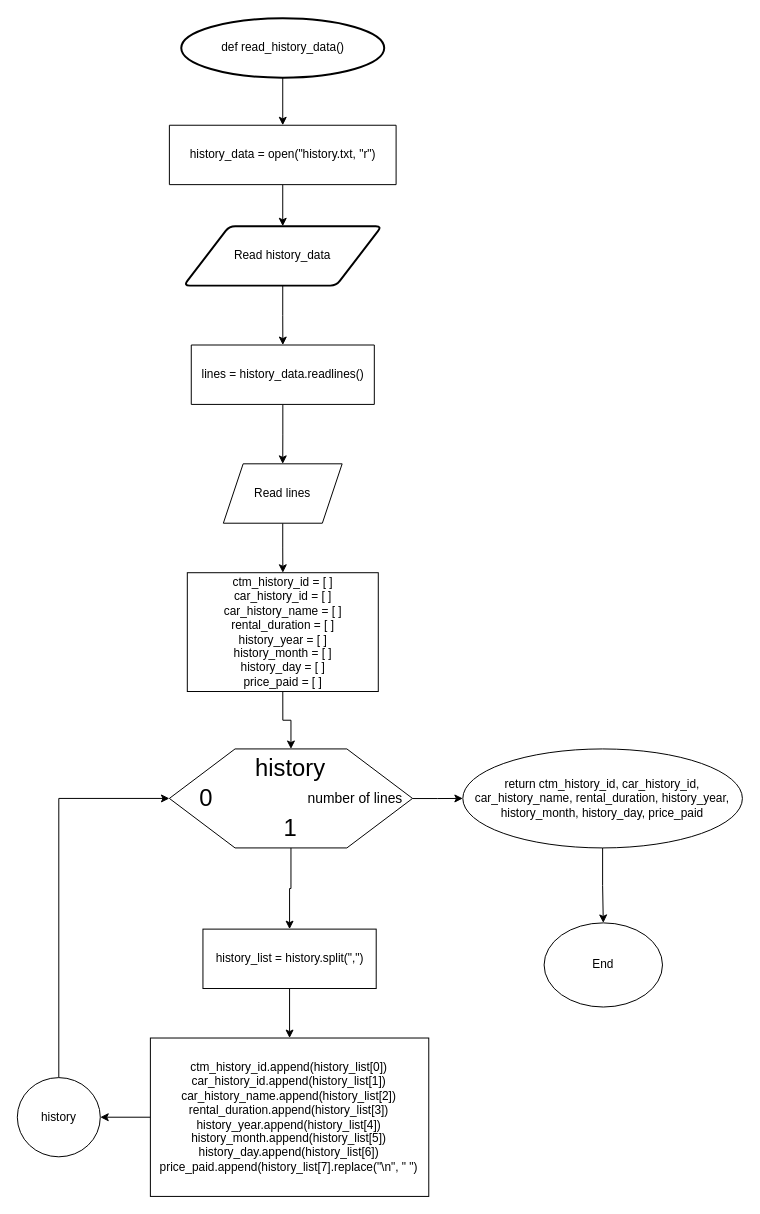
LeeRenJie/python-assignment keeps this draw.io diagram as page "read_history_data()" (3 of 27) of Flowchart.drawio. Above is the earlier version. Source tidied: cells renumbered, new cells numbered last; positions are measured from the earlier drawing's top-left corner, leaving out a move shared by most shapes. Both pictures are drawn from the tidied source at 99%, with x=0, y=0 at pixel (17, 18).
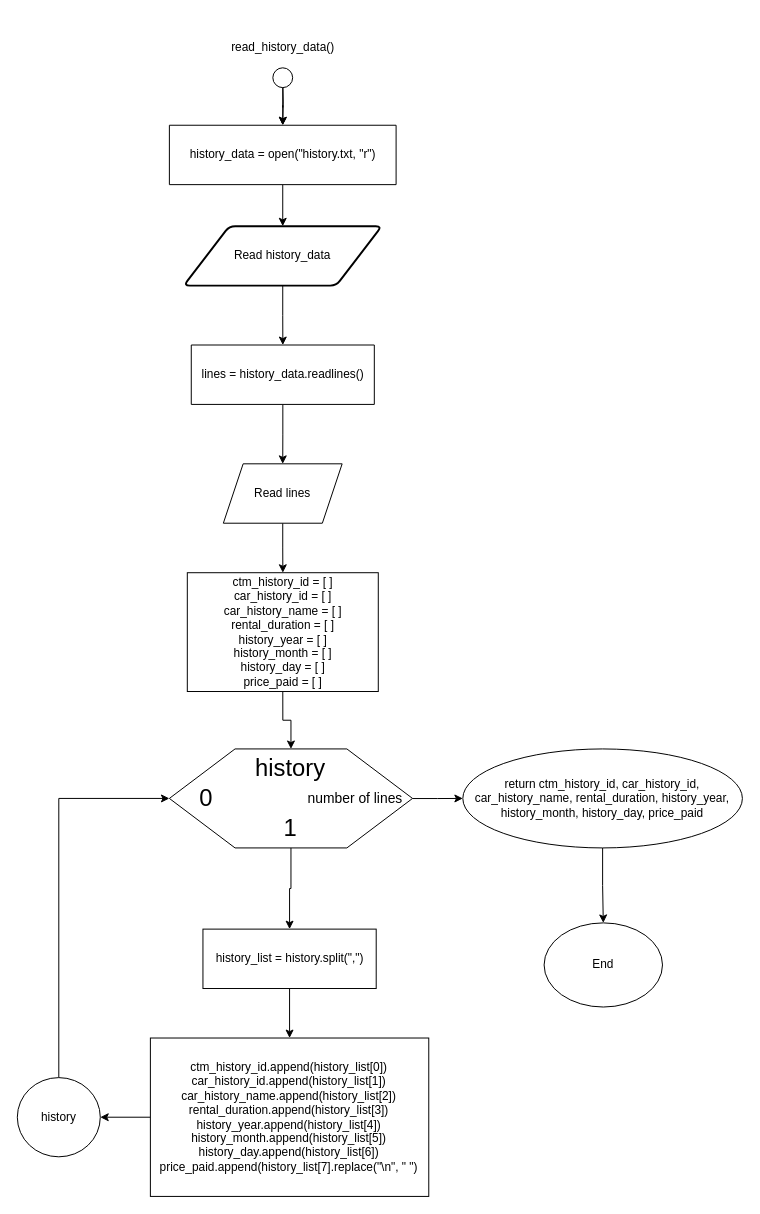
Above is the later version.

Unchanged cells that the change refers to:
```xml
<mxCell id="9" value="&lt;span&gt;history_data = open(&quot;history.txt, &quot;r&quot;)&lt;/span&gt;" style="shape=parallelogram;perimeter=parallelogramPerimeter;whiteSpace=wrap;html=1;fixedSize=1;size=-280;" parent="1" vertex="1">
  <mxGeometry x="153.6" y="108" width="229" height="60" as="geometry" />
</mxCell>
```

The edit, as a diff of the source:
```diff
@@
-    <mxCell id="2" style="edgeStyle=orthogonalEdgeStyle;rounded=0;jettySize=auto;html=1;" parent="1" edge="1" source="3" target="9">
-      <mxGeometry relative="1" as="geometry" />
+    <mxCell id="2" style="edgeStyle=orthogonalEdgeStyle;rounded=0;jettySize=auto;html=1;" parent="1" edge="1" target="9">
+      <mxGeometry relative="1" as="geometry">
+        <mxPoint x="268.1" y="60" as="sourcePoint" />
+      </mxGeometry>
     </mxCell>
-    <mxCell id="3" value="def read_history_data()" style="strokeWidth=2;html=1;shape=mxgraph.flowchart.start_1;whiteSpace=wrap;" parent="1" vertex="1">
-      <mxGeometry x="165.6" width="205" height="60" as="geometry" />
-    </mxCell>
@@
+    <mxCell id="31" style="edgeStyle=orthogonalEdgeStyle;rounded=0;jettySize=auto;html=1;exitX=0.5;exitY=1;exitDx=0;exitDy=0;" parent="1" edge="1" source="32" target="9">
+      <mxGeometry relative="1" as="geometry" />
+    </mxCell>
+    <mxCell id="32" style="ellipse;whiteSpace=wrap;html=1;" parent="1" vertex="1">
+      <mxGeometry x="258.1" y="50" width="20" height="20" as="geometry" />
+    </mxCell>
+    <mxCell id="33" value="read_history_data()" style="text;html=1;align=center;verticalAlign=middle;" parent="1" vertex="1">
+      <mxGeometry x="208.1" y="20" width="120" height="20" as="geometry" />
+    </mxCell>
```
